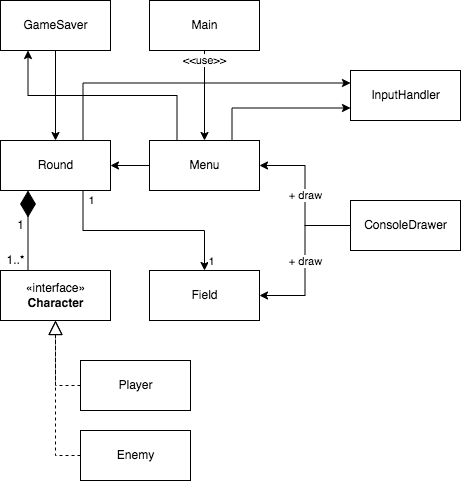
The draw.io diagram img/Logic.png in MariaChizhova/HSE-SD-Roguelike, before a commit. Source tidied: cells renumbered, new cells last; positions are measured from the earlier drawing's top-left corner, leaving out a move shared by most shapes.
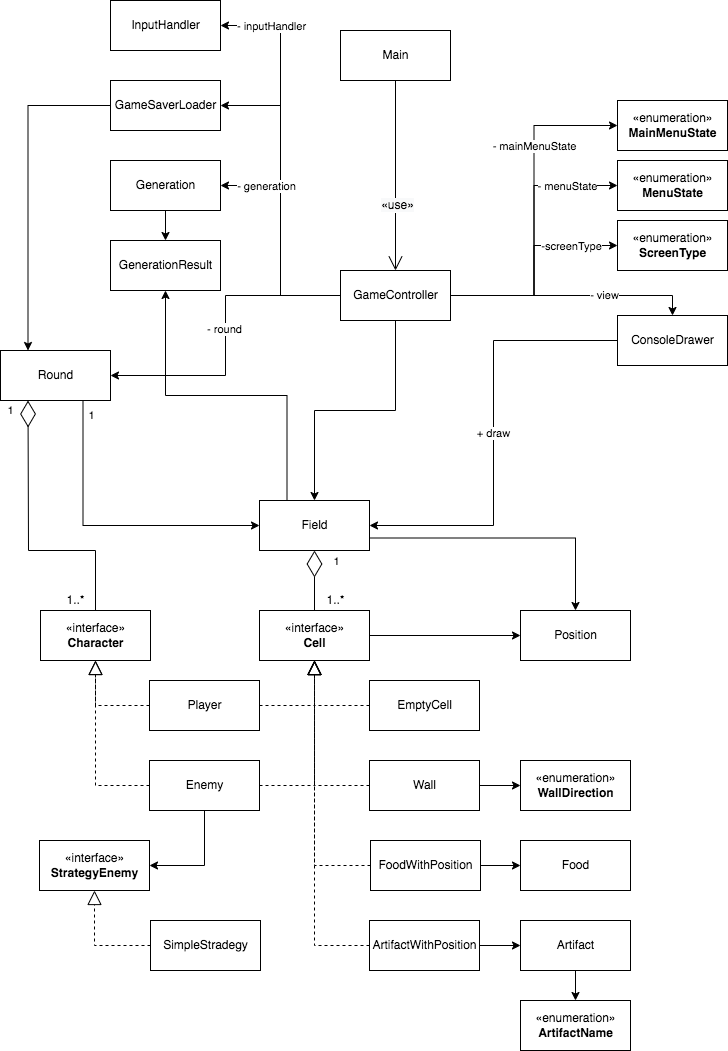
The same file after the commit.

The edit, as a diff of the source:
```diff
@@ -2,90 +2,278 @@
   <root>
     <mxCell id="0" />
     <mxCell id="1" parent="0" />
-    <mxCell id="2" value="1" style="edgeStyle=orthogonalEdgeStyle;rounded=0;jettySize=auto;html=1;exitX=0.75;exitY=1;exitDx=0;exitDy=0;" parent="1" edge="1" source="5" target="6">
+    <mxCell id="2" value="1" style="edgeStyle=orthogonalEdgeStyle;rounded=0;jettySize=auto;html=1;exitX=0.75;exitY=1;exitDx=0;exitDy=0;entryX=0;entryY=0.5;entryDx=0;entryDy=0;" parent="1" edge="1" source="5" target="6">
       <mxGeometry x="-0.9" y="8" relative="1" as="geometry" />
     </mxCell>
     <mxCell id="3" value="1" style="edgeLabel;html=1;align=center;verticalAlign=middle;" parent="2" vertex="1">
       <mxGeometry x="-0.39" y="-2" relative="1" as="geometry">
-        <mxPoint x="107" y="28" as="offset" />
+        <mxPoint x="255" y="68" as="offset" />
       </mxGeometry>
     </mxCell>
-    <mxCell id="4" style="edgeStyle=orthogonalEdgeStyle;rounded=0;jettySize=auto;html=1;exitX=0.75;exitY=0;exitDx=0;exitDy=0;entryX=0;entryY=0.25;entryDx=0;entryDy=0;" parent="1" edge="1" source="5" target="26">
-      <mxGeometry relative="1" as="geometry" />
-    </mxCell>
     <mxCell id="5" value="Round" style="html=1;" parent="1" vertex="1">
-      <mxGeometry y="140" width="110" height="50" as="geometry" />
+      <mxGeometry x="-110" y="320" width="110" height="50" as="geometry" />
     </mxCell>
+    <mxCell id="27" style="edgeStyle=orthogonalEdgeStyle;rounded=0;jettySize=auto;html=1;exitX=0.25;exitY=0;exitDx=0;exitDy=0;entryX=0.5;entryY=1;entryDx=0;entryDy=0;" parent="1" edge="1" source="6" target="66">
+      <mxGeometry relative="1" as="geometry" />
+    </mxCell>
+    <mxCell id="28" style="edgeStyle=orthogonalEdgeStyle;rounded=0;jettySize=auto;html=1;exitX=1;exitY=0.75;exitDx=0;exitDy=0;entryX=0.5;entryY=0;entryDx=0;entryDy=0;" parent="1" edge="1" source="6" target="80">
+      <mxGeometry relative="1" as="geometry" />
+    </mxCell>
     <mxCell id="6" value="Field" style="html=1;" parent="1" vertex="1">
-      <mxGeometry x="149" y="270" width="110" height="50" as="geometry" />
+      <mxGeometry x="149" y="470" width="110" height="50" as="geometry" />
     </mxCell>
-    <mxCell id="7" value="&amp;lt;&amp;lt;use&amp;gt;&amp;gt;" style="edgeStyle=orthogonalEdgeStyle;rounded=0;jettySize=auto;html=1;exitX=0.5;exitY=1;exitDx=0;exitDy=0;entryX=0.5;entryY=0;entryDx=0;entryDy=0;" parent="1" edge="1" source="8" target="16">
-      <mxGeometry x="-0.78" relative="1" as="geometry" />
-    </mxCell>
     <mxCell id="8" value="Main" style="html=1;" parent="1" vertex="1">
-      <mxGeometry x="149" width="110" height="50" as="geometry" />
+      <mxGeometry x="230" width="110" height="50" as="geometry" />
     </mxCell>
     <mxCell id="9" value="«interface»&lt;br&gt;&lt;b&gt;Character&lt;/b&gt;" style="html=1;" parent="1" vertex="1">
-      <mxGeometry y="270" width="110" height="50" as="geometry" />
+      <mxGeometry x="-70" y="580" width="110" height="50" as="geometry" />
     </mxCell>
     <mxCell id="10" value="+ draw" style="edgeStyle=orthogonalEdgeStyle;rounded=0;jettySize=auto;html=1;exitX=0;exitY=0.5;exitDx=0;exitDy=0;entryX=1;entryY=0.5;entryDx=0;entryDy=0;" parent="1" edge="1" source="12" target="6">
       <mxGeometry relative="1" as="geometry" />
     </mxCell>
-    <mxCell id="11" value="+ draw" style="edgeStyle=orthogonalEdgeStyle;rounded=0;jettySize=auto;html=1;exitX=0;exitY=0.5;exitDx=0;exitDy=0;entryX=1;entryY=0.5;entryDx=0;entryDy=0;" parent="1" edge="1" source="12" target="16">
-      <mxGeometry relative="1" as="geometry" />
-    </mxCell>
     <mxCell id="12" value="ConsoleDrawer" style="html=1;" parent="1" vertex="1">
-      <mxGeometry x="350" y="200" width="110" height="50" as="geometry" />
+      <mxGeometry x="507" y="285" width="110" height="50" as="geometry" />
     </mxCell>
-    <mxCell id="13" style="edgeStyle=orthogonalEdgeStyle;rounded=0;jettySize=auto;html=1;exitX=0;exitY=0.5;exitDx=0;exitDy=0;entryX=1;entryY=0.5;entryDx=0;entryDy=0;" parent="1" edge="1" source="16" target="5">
-      <mxGeometry relative="1" as="geometry" />
-    </mxCell>
-    <mxCell id="14" style="edgeStyle=orthogonalEdgeStyle;rounded=0;jettySize=auto;html=1;exitX=0.25;exitY=0;exitDx=0;exitDy=0;entryX=0.25;entryY=1;entryDx=0;entryDy=0;" parent="1" edge="1" source="16" target="25">
-      <mxGeometry relative="1" as="geometry" />
-    </mxCell>
-    <mxCell id="15" style="edgeStyle=orthogonalEdgeStyle;rounded=0;jettySize=auto;html=1;exitX=0.75;exitY=0;exitDx=0;exitDy=0;entryX=0;entryY=0.75;entryDx=0;entryDy=0;" parent="1" edge="1" source="16" target="26">
-      <mxGeometry relative="1" as="geometry" />
-    </mxCell>
-    <mxCell id="16" value="Menu" style="html=1;" parent="1" vertex="1">
-      <mxGeometry x="149" y="140" width="110" height="50" as="geometry" />
-    </mxCell>
     <mxCell id="17" value="Player" style="html=1;" parent="1" vertex="1">
-      <mxGeometry x="80" y="360" width="110" height="50" as="geometry" />
+      <mxGeometry x="39" y="650" width="110" height="50" as="geometry" />
     </mxCell>
+    <mxCell id="29" style="edgeStyle=orthogonalEdgeStyle;rounded=0;jettySize=auto;html=1;exitX=0.5;exitY=1;exitDx=0;exitDy=0;entryX=1;entryY=0.5;entryDx=0;entryDy=0;" parent="1" edge="1" source="18" target="32">
+      <mxGeometry relative="1" as="geometry" />
+    </mxCell>
     <mxCell id="18" value="Enemy" style="html=1;" parent="1" vertex="1">
-      <mxGeometry x="80" y="430" width="110" height="50" as="geometry" />
+      <mxGeometry x="39" y="730" width="110" height="50" as="geometry" />
     </mxCell>
-    <mxCell id="19" style="endArrow=block;dashed=1;endFill=0;endSize=12;html=1;rounded=0;entryX=0.5;entryY=1;entryDx=0;entryDy=0;exitX=0;exitY=0.5;exitDx=0;exitDy=0;" parent="1" edge="1" source="17" target="9">
-      <mxGeometry relative="1" as="geometry">
-        <Array as="points">
-          <mxPoint x="55" y="385" />
-        </Array>
-      </mxGeometry>
-    </mxCell>
-    <mxCell id="20" style="endArrow=block;dashed=1;endFill=0;endSize=12;html=1;rounded=0;entryX=0.5;entryY=1;entryDx=0;entryDy=0;exitX=0;exitY=0.5;exitDx=0;exitDy=0;" parent="1" edge="1" source="18" target="9">
-      <mxGeometry relative="1" as="geometry">
-        <Array as="points">
-          <mxPoint x="55" y="455" />
-        </Array>
-      </mxGeometry>
-    </mxCell>
-    <mxCell id="21" style="endArrow=diamondThin;endFill=1;endSize=24;html=1;rounded=0;entryX=0.25;entryY=1;entryDx=0;entryDy=0;exitX=0.25;exitY=0;exitDx=0;exitDy=0;" parent="1" edge="1" source="9" target="5">
-      <mxGeometry relative="1" as="geometry" />
-    </mxCell>
-    <mxCell id="22" value="1" style="text;html=1;align=center;verticalAlign=middle;strokeColor=none;fillColor=none;" parent="1" vertex="1">
-      <mxGeometry x="10" y="215" width="20" height="20" as="geometry" />
-    </mxCell>
     <mxCell id="23" value="1..*" style="text;html=1;align=center;verticalAlign=middle;strokeColor=none;fillColor=none;" parent="1" vertex="1">
-      <mxGeometry y="250" width="30" height="20" as="geometry" />
+      <mxGeometry x="210" y="560" width="30" height="20" as="geometry" />
     </mxCell>
-    <mxCell id="24" style="edgeStyle=orthogonalEdgeStyle;rounded=0;jettySize=auto;html=1;exitX=0.5;exitY=1;exitDx=0;exitDy=0;entryX=0.5;entryY=0;entryDx=0;entryDy=0;" parent="1" edge="1" source="25" target="5">
+    <mxCell id="24" style="edgeStyle=orthogonalEdgeStyle;rounded=0;jettySize=auto;html=1;exitX=0;exitY=0.5;exitDx=0;exitDy=0;entryX=0.25;entryY=0;entryDx=0;entryDy=0;" parent="1" edge="1" source="25" target="5">
       <mxGeometry relative="1" as="geometry" />
     </mxCell>
-    <mxCell id="25" value="GameSaver" style="html=1;" parent="1" vertex="1">
-      <mxGeometry width="110" height="50" as="geometry" />
+    <mxCell id="25" value="GameSaverLoader" style="html=1;" parent="1" vertex="1">
+      <mxGeometry y="50" width="110" height="50" as="geometry" />
     </mxCell>
+    <mxCell id="30" style="edgeStyle=orthogonalEdgeStyle;rounded=0;jettySize=auto;html=1;exitX=1;exitY=0.5;exitDx=0;exitDy=0;" parent="1" edge="1" source="31" target="80">
+      <mxGeometry relative="1" as="geometry" />
+    </mxCell>
+    <mxCell id="31" value="«interface»&lt;br&gt;&lt;b&gt;Cell&lt;/b&gt;" style="html=1;" parent="1" vertex="1">
+      <mxGeometry x="149" y="580" width="110" height="50" as="geometry" />
+    </mxCell>
+    <mxCell id="32" value="«interface»&lt;br&gt;&lt;b&gt;StrategyEnemy&lt;/b&gt;" style="html=1;" parent="1" vertex="1">
+      <mxGeometry x="-71" y="810" width="110" height="50" as="geometry" />
+    </mxCell>
+    <mxCell id="33" style="edgeStyle=orthogonalEdgeStyle;rounded=0;jettySize=auto;html=1;exitX=1;exitY=0.5;exitDx=0;exitDy=0;entryX=0.5;entryY=0;entryDx=0;entryDy=0;" parent="1" edge="1" source="49" target="12">
+      <mxGeometry relative="1" as="geometry" />
+    </mxCell>
+    <mxCell id="34" value="- view" style="edgeLabel;html=1;align=center;verticalAlign=middle;" parent="33" vertex="1">
+      <mxGeometry x="0.26" y="2" relative="1" as="geometry">
+        <mxPoint y="1" as="offset" />
+      </mxGeometry>
+    </mxCell>
+    <mxCell id="35" style="edgeStyle=orthogonalEdgeStyle;rounded=0;jettySize=auto;html=1;exitX=0;exitY=0.5;exitDx=0;exitDy=0;entryX=1;entryY=0.5;entryDx=0;entryDy=0;" parent="1" edge="1" source="49" target="5">
+      <mxGeometry relative="1" as="geometry" />
+    </mxCell>
+    <mxCell id="36" value="- round" style="edgeLabel;html=1;align=center;verticalAlign=middle;" parent="35" vertex="1">
+      <mxGeometry x="-0.05" y="-2" relative="1" as="geometry">
+        <mxPoint y="1" as="offset" />
+      </mxGeometry>
+    </mxCell>
+    <mxCell id="37" style="edgeStyle=orthogonalEdgeStyle;rounded=0;jettySize=auto;html=1;exitX=0;exitY=0.5;exitDx=0;exitDy=0;entryX=1;entryY=0.5;entryDx=0;entryDy=0;" parent="1" edge="1" source="49" target="25">
+      <mxGeometry relative="1" as="geometry" />
+    </mxCell>
+    <mxCell id="38" style="edgeStyle=orthogonalEdgeStyle;rounded=0;jettySize=auto;html=1;exitX=0;exitY=0.5;exitDx=0;exitDy=0;entryX=1;entryY=0.5;entryDx=0;entryDy=0;" parent="1" edge="1" source="49" target="26">
+      <mxGeometry relative="1" as="geometry" />
+    </mxCell>
+    <mxCell id="39" value="- inputHandler" style="edgeLabel;html=1;align=center;verticalAlign=middle;" parent="38" vertex="1">
+      <mxGeometry x="0.85" y="1" relative="1" as="geometry">
+        <mxPoint x="21" y="-1" as="offset" />
+      </mxGeometry>
+    </mxCell>
+    <mxCell id="40" style="edgeStyle=orthogonalEdgeStyle;rounded=0;jettySize=auto;html=1;exitX=1;exitY=0.5;exitDx=0;exitDy=0;entryX=0;entryY=0.5;entryDx=0;entryDy=0;" parent="1" edge="1" source="49" target="62">
+      <mxGeometry relative="1" as="geometry" />
+    </mxCell>
+    <mxCell id="41" value="- menuState" style="edgeLabel;html=1;align=center;verticalAlign=middle;" parent="40" vertex="1">
+      <mxGeometry x="0.72" y="3" relative="1" as="geometry">
+        <mxPoint x="-13" y="3" as="offset" />
+      </mxGeometry>
+    </mxCell>
+    <mxCell id="42" style="edgeStyle=orthogonalEdgeStyle;rounded=0;jettySize=auto;html=1;exitX=1;exitY=0.5;exitDx=0;exitDy=0;entryX=0;entryY=0.5;entryDx=0;entryDy=0;" parent="1" edge="1" source="49" target="61">
+      <mxGeometry relative="1" as="geometry" />
+    </mxCell>
+    <mxCell id="43" value="- mainMenuState" style="edgeLabel;html=1;align=center;verticalAlign=middle;" parent="42" vertex="1">
+      <mxGeometry x="0.39" relative="1" as="geometry">
+        <mxPoint y="1" as="offset" />
+      </mxGeometry>
+    </mxCell>
+    <mxCell id="44" style="edgeStyle=orthogonalEdgeStyle;rounded=0;jettySize=auto;html=1;exitX=1;exitY=0.5;exitDx=0;exitDy=0;entryX=0;entryY=0.5;entryDx=0;entryDy=0;" parent="1" edge="1" source="49" target="63">
+      <mxGeometry relative="1" as="geometry" />
+    </mxCell>
+    <mxCell id="45" value="-screenType" style="edgeLabel;html=1;align=center;verticalAlign=middle;" parent="44" vertex="1">
+      <mxGeometry x="0.71" relative="1" as="geometry">
+        <mxPoint x="-16" as="offset" />
+      </mxGeometry>
+    </mxCell>
+    <mxCell id="46" style="edgeStyle=orthogonalEdgeStyle;rounded=0;jettySize=auto;html=1;exitX=0.5;exitY=1;exitDx=0;exitDy=0;entryX=0.5;entryY=0;entryDx=0;entryDy=0;" parent="1" edge="1" source="49" target="6">
+      <mxGeometry relative="1" as="geometry" />
+    </mxCell>
+    <mxCell id="47" style="edgeStyle=orthogonalEdgeStyle;rounded=0;jettySize=auto;html=1;exitX=0;exitY=0.5;exitDx=0;exitDy=0;entryX=1;entryY=0.5;entryDx=0;entryDy=0;" parent="1" edge="1" source="49" target="51">
+      <mxGeometry relative="1" as="geometry" />
+    </mxCell>
+    <mxCell id="48" value="- generation" style="edgeLabel;html=1;align=center;verticalAlign=middle;" parent="47" vertex="1">
+      <mxGeometry x="0.61" relative="1" as="geometry" />
+    </mxCell>
+    <mxCell id="49" value="GameController" style="html=1;" parent="1" vertex="1">
+      <mxGeometry x="230" y="240" width="110" height="50" as="geometry" />
+    </mxCell>
+    <mxCell id="50" style="edgeStyle=orthogonalEdgeStyle;rounded=0;jettySize=auto;html=1;exitX=0.5;exitY=1;exitDx=0;exitDy=0;entryX=0.5;entryY=0;entryDx=0;entryDy=0;" parent="1" edge="1" source="51" target="66">
+      <mxGeometry relative="1" as="geometry" />
+    </mxCell>
+    <mxCell id="51" value="Generation" style="html=1;" parent="1" vertex="1">
+      <mxGeometry y="130" width="110" height="50" as="geometry" />
+    </mxCell>
+    <mxCell id="52" style="edgeStyle=orthogonalEdgeStyle;rounded=0;jettySize=auto;html=1;exitX=0.5;exitY=1;exitDx=0;exitDy=0;entryX=0.5;entryY=0;entryDx=0;entryDy=0;" parent="1" edge="1" source="53" target="59">
+      <mxGeometry relative="1" as="geometry" />
+    </mxCell>
+    <mxCell id="53" value="Artifact" style="html=1;" parent="1" vertex="1">
+      <mxGeometry x="410" y="890" width="110" height="50" as="geometry" />
+    </mxCell>
+    <mxCell id="54" value="Food" style="html=1;" parent="1" vertex="1">
+      <mxGeometry x="410" y="810" width="110" height="50" as="geometry" />
+    </mxCell>
+    <mxCell id="55" style="edgeStyle=orthogonalEdgeStyle;rounded=0;jettySize=auto;html=1;exitX=1;exitY=0.5;exitDx=0;exitDy=0;entryX=0;entryY=0.5;entryDx=0;entryDy=0;" parent="1" edge="1" source="56" target="53">
+      <mxGeometry relative="1" as="geometry" />
+    </mxCell>
+    <mxCell id="56" value="ArtifactWithPosition" style="html=1;" parent="1" vertex="1">
+      <mxGeometry x="259" y="890" width="110" height="50" as="geometry" />
+    </mxCell>
+    <mxCell id="57" style="edgeStyle=orthogonalEdgeStyle;rounded=0;jettySize=auto;html=1;exitX=1;exitY=0.5;exitDx=0;exitDy=0;entryX=0;entryY=0.5;entryDx=0;entryDy=0;" parent="1" edge="1" source="58" target="54">
+      <mxGeometry relative="1" as="geometry" />
+    </mxCell>
+    <mxCell id="58" value="FoodWithPosition" style="html=1;" parent="1" vertex="1">
+      <mxGeometry x="260" y="810" width="110" height="50" as="geometry" />
+    </mxCell>
+    <mxCell id="59" value="«enumeration»&lt;br&gt;&lt;b&gt;ArtifactName&lt;/b&gt;" style="html=1;" parent="1" vertex="1">
+      <mxGeometry x="410" y="970" width="110" height="50" as="geometry" />
+    </mxCell>
+    <mxCell id="60" value="«enumeration»&lt;br&gt;&lt;b&gt;WallDirection&lt;/b&gt;" style="html=1;" parent="1" vertex="1">
+      <mxGeometry x="410" y="730" width="110" height="50" as="geometry" />
+    </mxCell>
+    <mxCell id="61" value="«enumeration»&lt;br&gt;&lt;b&gt;MainMenuState&lt;/b&gt;" style="html=1;" parent="1" vertex="1">
+      <mxGeometry x="507" y="70" width="110" height="50" as="geometry" />
+    </mxCell>
+    <mxCell id="62" value="«enumeration»&lt;br&gt;&lt;span style=&quot;color: rgba(0 , 0 , 0 , 0) ; font-family: monospace ; font-size: 0px&quot;&gt;%3CmxGraphModel%3E%3Croot%3E%3CmxCell%20id%3D%220%22%2F%3E%3CmxCell%20id%3D%221%22%20parent%3D%220%22%2F%3E%3CmxCell%20id%3D%222%22%20value%3D%22%C2%ABenumeration%C2%BB%26lt%3Bbr%26gt%3B%26lt%3Bb%26gt%3BMainMenuState%26lt%3B%2Fb%26gt%3B%22%20style%3D%22html%3D1%3B%22%20vertex%3D%221%22%20parent%3D%221%22%3E%3CmxGeometry%20x%3D%2240%22%20y%3D%22275%22%20width%3D%22110%22%20height%3D%2250%22%20as%3D%22geometry%22%2F%3E%3C%2FmxCell%3E%3C%2Froot%3E%3C%2FmxGraphModel%3E&lt;/span&gt;&lt;b&gt;MenuState&lt;/b&gt;" style="html=1;" parent="1" vertex="1">
+      <mxGeometry x="507" y="130" width="110" height="50" as="geometry" />
+    </mxCell>
+    <mxCell id="63" value="«enumeration»&lt;br&gt;&lt;span style=&quot;color: rgba(0 , 0 , 0 , 0) ; font-family: monospace ; font-size: 0px&quot;&gt;%3CmxGraphModel%3E%3Croot%3E%3CmxCell%20id%3D%220%22%2F%3E%3CmxCell%20id%3D%221%22%20parent%3D%220%22%2F%3E%3CmxCell%20id%3D%222%22%20value%3D%22%C2%ABenumeration%C2%BB%26lt%3Bbr%26gt%3B%26lt%3Bb%26gt%3BMainMenuState%26lt%3B%2Fb%26gt%3B%22%20style%3D%22html%3D1%3B%22%20vertex%3D%221%22%20parent%3D%221%22%3E%3CmxGeometry%20x%3D%2240%22%20y%3D%22275%22%20width%3D%22110%22%20height%3D%2250%22%20as%3D%22geometry%22%2F%3E%3C%2FmxCell%3E%3C%2Froot%3E%3C%2FmxGraphModel%3ESc&lt;/span&gt;&lt;b&gt;ScreenType&lt;/b&gt;" style="html=1;" parent="1" vertex="1">
+      <mxGeometry x="507" y="190" width="110" height="50" as="geometry" />
+    </mxCell>
+    <mxCell id="64" style="endArrow=open;endFill=1;endSize=12;html=1;rounded=0;exitX=0.5;exitY=1;exitDx=0;exitDy=0;entryX=0.5;entryY=0;entryDx=0;entryDy=0;" parent="1" edge="1" source="8" target="49">
+      <mxGeometry relative="1" as="geometry" />
+    </mxCell>
+    <mxCell id="65" value="&lt;span style=&quot;font-size: 12px ; background-color: rgb(248 , 249 , 250)&quot;&gt;«use»&lt;/span&gt;" style="edgeLabel;html=1;align=center;verticalAlign=middle;" parent="64" vertex="1">
+      <mxGeometry x="0.3" y="1" relative="1" as="geometry" />
+    </mxCell>
     <mxCell id="26" value="InputHandler" style="html=1;" parent="1" vertex="1">
-      <mxGeometry x="350" y="70" width="110" height="50" as="geometry" />
+      <mxGeometry y="-30" width="110" height="50" as="geometry" />
     </mxCell>
+    <mxCell id="66" value="GenerationResult" style="html=1;" parent="1" vertex="1">
+      <mxGeometry y="210" width="110" height="50" as="geometry" />
+    </mxCell>
+    <mxCell id="67" value="EmptyCell" style="html=1;" parent="1" vertex="1">
+      <mxGeometry x="259" y="650" width="110" height="50" as="geometry" />
+    </mxCell>
+    <mxCell id="68" style="endArrow=diamondThin;endFill=0;endSize=24;html=1;rounded=0;exitX=0.5;exitY=0;exitDx=0;exitDy=0;entryX=0.5;entryY=1;entryDx=0;entryDy=0;" parent="1" edge="1" source="31" target="6">
+      <mxGeometry relative="1" as="geometry" />
+    </mxCell>
+    <mxCell id="69" style="edgeStyle=orthogonalEdgeStyle;rounded=0;jettySize=auto;html=1;exitX=1;exitY=0.5;exitDx=0;exitDy=0;entryX=0;entryY=0.5;entryDx=0;entryDy=0;" parent="1" edge="1" source="70" target="60">
+      <mxGeometry relative="1" as="geometry" />
+    </mxCell>
+    <mxCell id="70" value="Wall" style="html=1;" parent="1" vertex="1">
+      <mxGeometry x="259" y="730" width="110" height="50" as="geometry" />
+    </mxCell>
+    <mxCell id="19" style="endArrow=block;dashed=1;endFill=0;endSize=12;html=1;rounded=0;entryX=0.5;entryY=1;entryDx=0;entryDy=0;exitX=0;exitY=0.5;exitDx=0;exitDy=0;" parent="1" edge="1" source="17" target="9">
+      <mxGeometry relative="1" as="geometry">
+        <Array as="points">
+          <mxPoint x="-15" y="675" />
+        </Array>
+      </mxGeometry>
+    </mxCell>
+    <mxCell id="20" style="endArrow=block;dashed=1;endFill=0;endSize=12;html=1;rounded=0;entryX=0.5;entryY=1;entryDx=0;entryDy=0;exitX=0;exitY=0.5;exitDx=0;exitDy=0;" parent="1" edge="1" source="18" target="9">
+      <mxGeometry relative="1" as="geometry">
+        <Array as="points">
+          <mxPoint x="-15" y="755" />
+        </Array>
+      </mxGeometry>
+    </mxCell>
+    <mxCell id="71" style="endArrow=block;dashed=1;endFill=0;endSize=12;html=1;rounded=0;entryX=0.5;entryY=1;entryDx=0;entryDy=0;exitX=1;exitY=0.5;exitDx=0;exitDy=0;" parent="1" edge="1" source="17" target="31">
+      <mxGeometry relative="1" as="geometry">
+        <Array as="points">
+          <mxPoint x="204" y="675" />
+        </Array>
+      </mxGeometry>
+    </mxCell>
+    <mxCell id="72" style="endArrow=block;dashed=1;endFill=0;endSize=12;html=1;rounded=0;entryX=0.5;entryY=1;entryDx=0;entryDy=0;exitX=1;exitY=0.5;exitDx=0;exitDy=0;" parent="1" edge="1" source="18" target="31">
+      <mxGeometry relative="1" as="geometry">
+        <Array as="points">
+          <mxPoint x="204" y="755" />
+        </Array>
+      </mxGeometry>
+    </mxCell>
+    <mxCell id="73" style="endArrow=block;dashed=1;endFill=0;endSize=12;html=1;rounded=0;entryX=0.5;entryY=1;entryDx=0;entryDy=0;exitX=0;exitY=0.5;exitDx=0;exitDy=0;" parent="1" edge="1" source="67" target="31">
+      <mxGeometry relative="1" as="geometry">
+        <Array as="points">
+          <mxPoint x="204" y="675" />
+        </Array>
+      </mxGeometry>
+    </mxCell>
+    <mxCell id="74" style="endArrow=block;dashed=1;endFill=0;endSize=12;html=1;rounded=0;entryX=0.5;entryY=1;entryDx=0;entryDy=0;exitX=0;exitY=0.5;exitDx=0;exitDy=0;" parent="1" edge="1" source="70" target="31">
+      <mxGeometry relative="1" as="geometry">
+        <Array as="points">
+          <mxPoint x="204" y="755" />
+        </Array>
+      </mxGeometry>
+    </mxCell>
+    <mxCell id="75" style="endArrow=block;dashed=1;endFill=0;endSize=12;html=1;rounded=0;exitX=0;exitY=0.5;exitDx=0;exitDy=0;entryX=0.5;entryY=1;entryDx=0;entryDy=0;" parent="1" edge="1" source="58" target="31">
+      <mxGeometry relative="1" as="geometry">
+        <Array as="points">
+          <mxPoint x="204" y="835" />
+        </Array>
+      </mxGeometry>
+    </mxCell>
+    <mxCell id="76" style="endArrow=block;dashed=1;endFill=0;endSize=12;html=1;rounded=0;exitX=0;exitY=0.5;exitDx=0;exitDy=0;" parent="1" edge="1" source="56" target="31">
+      <mxGeometry relative="1" as="geometry">
+        <Array as="points">
+          <mxPoint x="204" y="915" />
+        </Array>
+      </mxGeometry>
+    </mxCell>
+    <mxCell id="77" value="SimpleStradegy" style="html=1;" parent="1" vertex="1">
+      <mxGeometry x="40" y="890" width="110" height="50" as="geometry" />
+    </mxCell>
+    <mxCell id="78" style="endArrow=block;dashed=1;endFill=0;endSize=12;html=1;rounded=0;entryX=0.5;entryY=1;entryDx=0;entryDy=0;exitX=0;exitY=0.5;exitDx=0;exitDy=0;" parent="1" edge="1" source="77" target="32">
+      <mxGeometry relative="1" as="geometry">
+        <Array as="points">
+          <mxPoint x="-16" y="915" />
+        </Array>
+      </mxGeometry>
+    </mxCell>
+    <mxCell id="79" value="1..*" style="text;html=1;align=center;verticalAlign=middle;strokeColor=none;fillColor=none;" parent="1" vertex="1">
+      <mxGeometry x="-50" y="560" width="30" height="20" as="geometry" />
+    </mxCell>
+    <mxCell id="21" style="endArrow=diamondThin;endFill=0;endSize=24;html=1;rounded=0;entryX=0.25;entryY=1;entryDx=0;entryDy=0;exitX=0.5;exitY=0;exitDx=0;exitDy=0;" parent="1" edge="1" source="9" target="5">
+      <mxGeometry relative="1" as="geometry">
+        <Array as="points">
+          <mxPoint x="-15" y="520" />
+          <mxPoint x="-82" y="520" />
+        </Array>
+      </mxGeometry>
+    </mxCell>
+    <mxCell id="22" value="1" style="edgeLabel;html=1;align=center;verticalAlign=middle;" parent="21" vertex="1">
+      <mxGeometry x="0.88" y="-5" relative="1" as="geometry">
+        <mxPoint x="-23" y="-7" as="offset" />
+      </mxGeometry>
+    </mxCell>
+    <mxCell id="80" value="Position" style="html=1;" parent="1" vertex="1">
+      <mxGeometry x="410" y="580" width="110" height="50" as="geometry" />
+    </mxCell>
   </root>
 </mxGraphModel>
```
